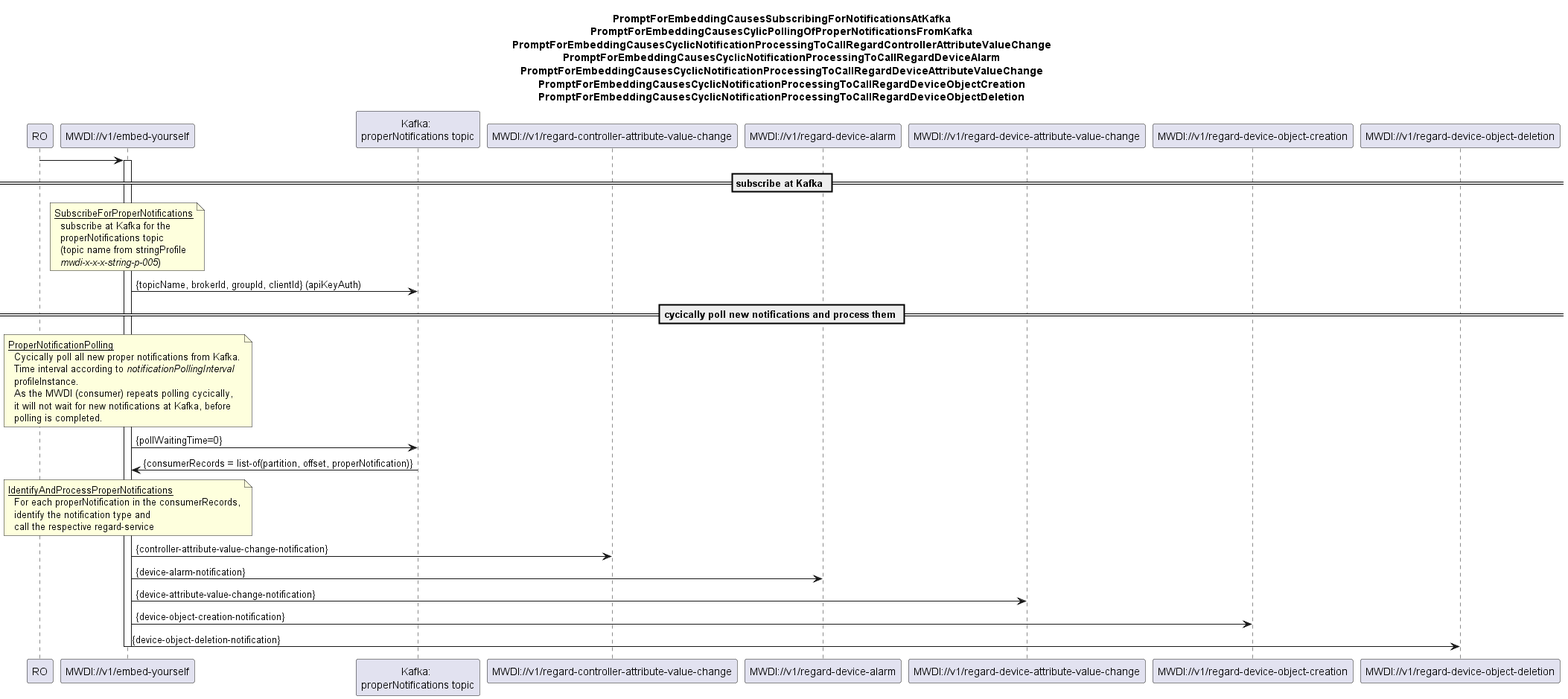
The PlantUML diagram spec/diagrams/2_notification_new_diagrams/01x_NotificationPollingFromKafkaAndProcessing.png in openBackhaul/MicroWaveDeviceInventory, before a commit. Its diagram source:
```plantuml
@startuml 01x_NotificationPollingFromKafkaAndProcessing
skinparam responseMessageBelowArrow true

title
PromptForEmbeddingCausesSubscribingForNotificationsAtKafka
PromptForEmbeddingCausesCylicPollingOfProperNotificationsFromKafka
PromptForEmbeddingCausesCyclicNotificationProcessingToCallRegardControllerAttributeValueChange
PromptForEmbeddingCausesCyclicNotificationProcessingToCallRegardDeviceAlarm
PromptForEmbeddingCausesCyclicNotificationProcessingToCallRegardDeviceAttributeValueChange
PromptForEmbeddingCausesCyclicNotificationProcessingToCallRegardDeviceObjectCreation
PromptForEmbeddingCausesCyclicNotificationProcessingToCallRegardDeviceObjectDeletion
end title

participant "RO" as ro
participant "MWDI://v1/embed-yourself" as mwdi
participant "Kafka: \nproperNotifications topic" as kafka
participant "MWDI://v1/regard-controller-attribute-value-change" as regardCtrlAttChange
participant "MWDI://v1/regard-device-alarm" as regardAlarm
participant "MWDI://v1/regard-device-attribute-value-change" as regardDevAttChange
participant "MWDI://v1/regard-device-object-creation" as regardDevObjCreation
participant "MWDI://v1/regard-device-object-deletion" as regardDevObjDeletion

ro -> mwdi
activate mwdi


== subscribe at Kafka ==
note over mwdi
<u>SubscribeForProperNotifications</u>
  subscribe at Kafka for the
  properNotifications topic
  (topic name from stringProfile
  <i>mwdi-x-x-x-string-p-005</i>)
end note
mwdi -> kafka: {topicName, brokerId, groupId, clientId} (apiKeyAuth)

== cycically poll new notifications and process them ==
note over mwdi
<u>ProperNotificationPolling</u>
  Cycically poll all new proper notifications from Kafka.
  Time interval according to <i>notificationPollingInterval</i>
  profileInstance.
  As the MWDI (consumer) repeats polling cycically,
  it will not wait for new notifications at Kafka, before
  polling is completed.
end note
mwdi -> kafka: {pollWaitingTime=0}
kafka -> mwdi: {consumerRecords = list-of(partition, offset, properNotification)}

note over mwdi
<u>IdentifyAndProcessProperNotifications</u>
  For each properNotification in the consumerRecords,
  identify the notification type and
  call the respective regard-service
end note
mwdi -> regardCtrlAttChange: {controller-attribute-value-change-notification}
mwdi -> regardAlarm: {device-alarm-notification}
mwdi -> regardDevAttChange: {device-attribute-value-change-notification}
mwdi -> regardDevObjCreation: {device-object-creation-notification}
mwdi -> regardDevObjDeletion: {device-object-deletion-notification}

deactivate mwdi

@enduml
```
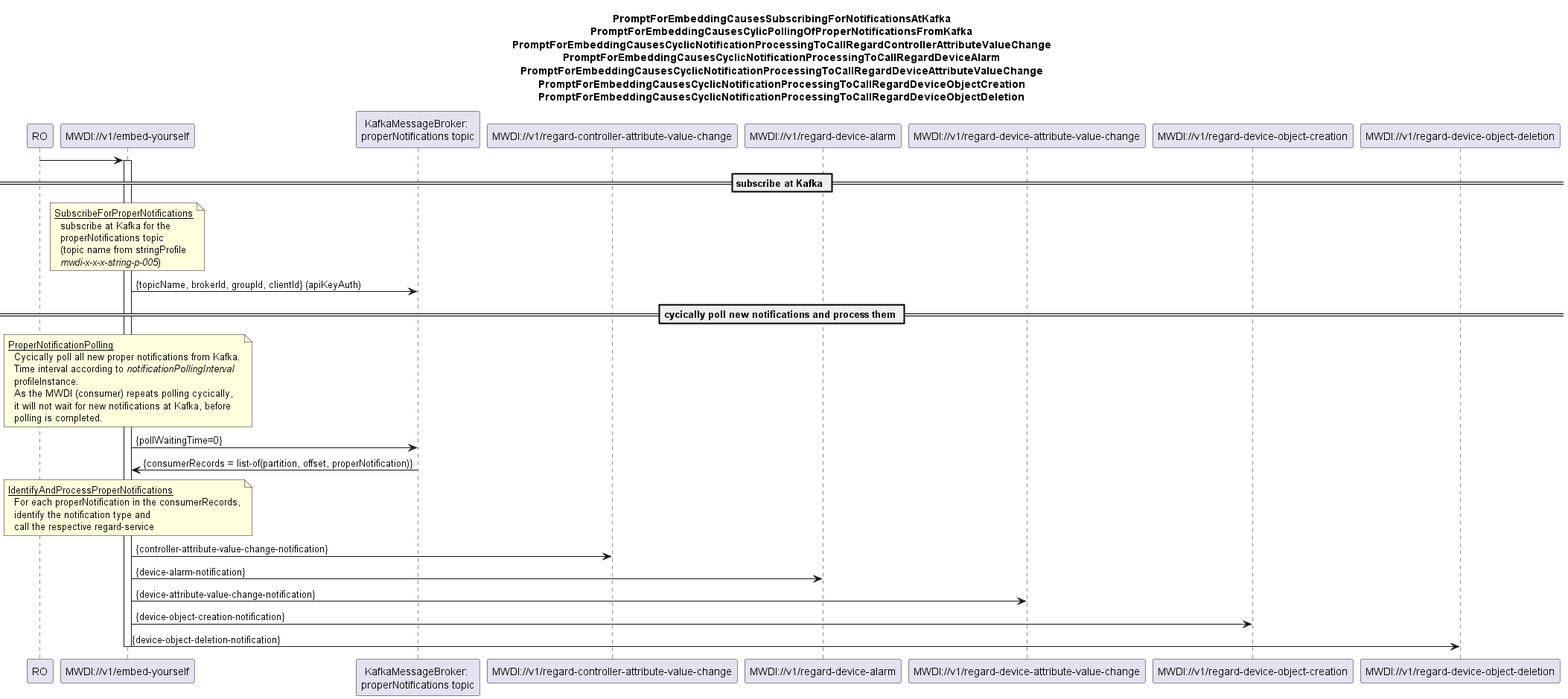
The same file after the commit.

The edit, as a diff of the source:
```diff
@@ -13,7 +13,7 @@
 
 participant "RO" as ro
 participant "MWDI://v1/embed-yourself" as mwdi
-participant "Kafka: \nproperNotifications topic" as kafka
+participant "KafkaMessageBroker: \nproperNotifications topic" as kafka
 participant "MWDI://v1/regard-controller-attribute-value-change" as regardCtrlAttChange
 participant "MWDI://v1/regard-device-alarm" as regardAlarm
 participant "MWDI://v1/regard-device-attribute-value-change" as regardDevAttChange
```
